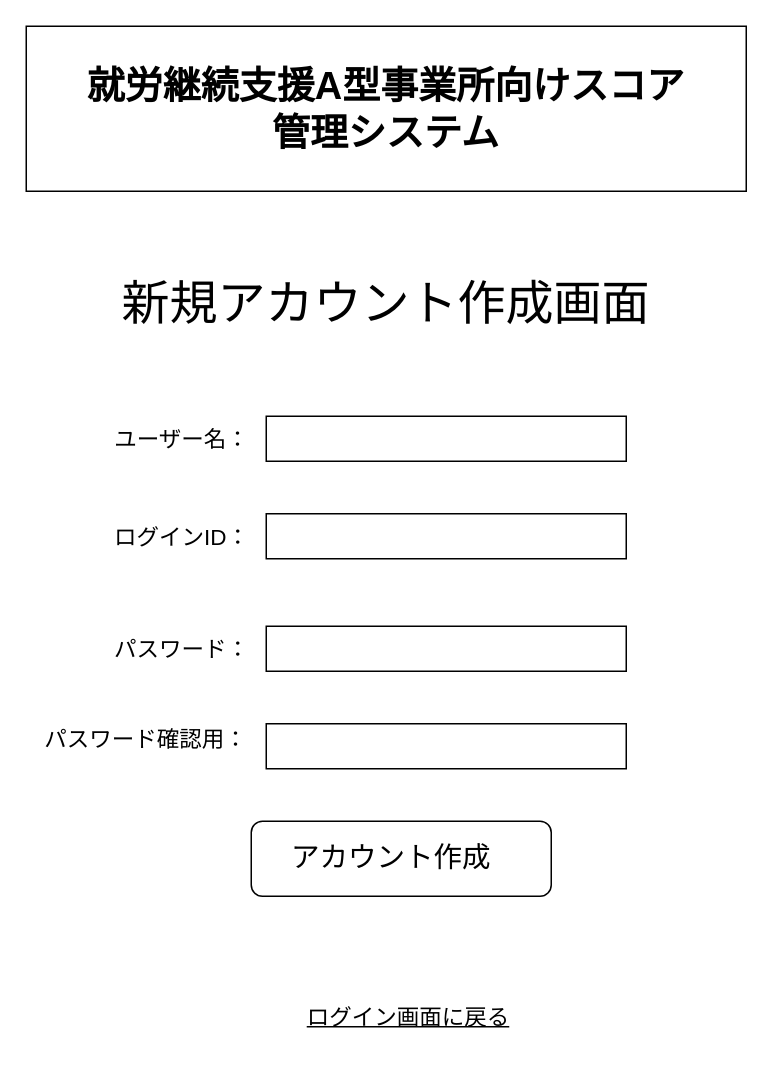
Before: docs/wireframes/sign_up_screen.drawio in knightbook/Employment-Support-Score-Management-System, a draw.io diagram. Source tidied: cells renumbered, new cells numbered last; positions are measured from the earlier drawing's top-left corner, leaving out a move shared by most shapes. Both pictures are drawn from the tidied source at 150%, with x=0, y=0 at pixel (26, 26).
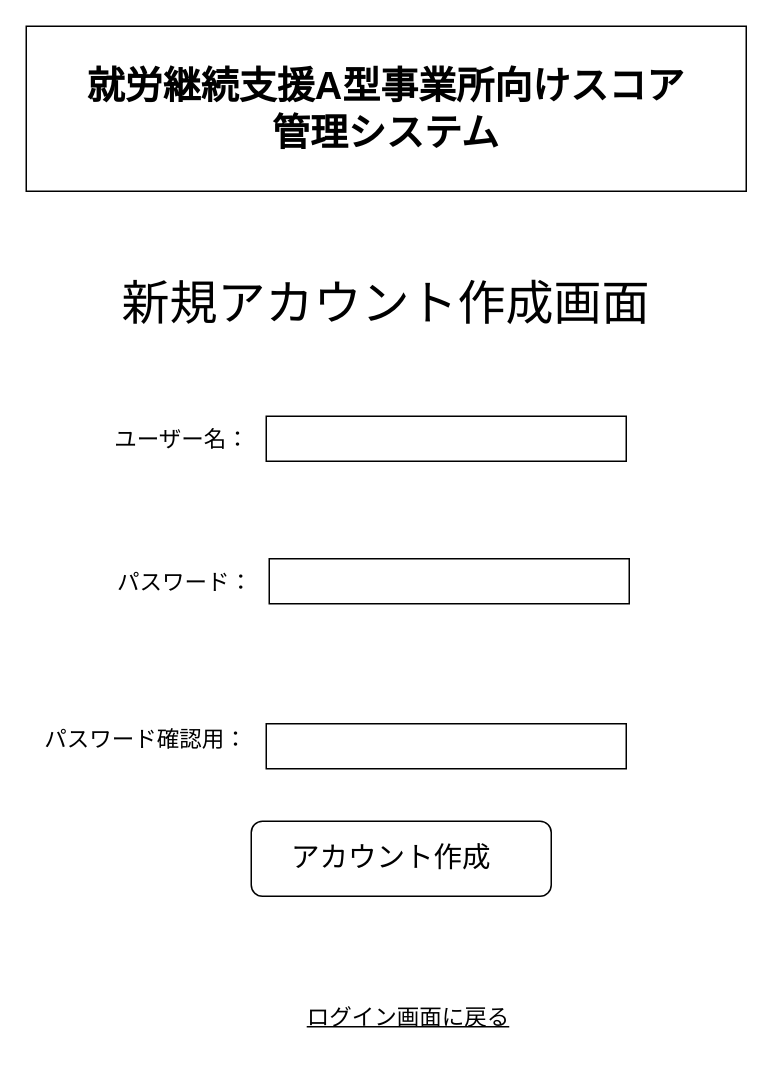
Above is the later version.

What changed in the source:
```diff
@@
 <mxGraphModel>
   <root>
     <mxCell id="0" />
     <mxCell id="1" parent="0" />
     <mxCell id="2" style="group;" parent="1" vertex="1">
       <mxGeometry width="480" height="110" as="geometry" />
     </mxCell>
     <mxCell id="3" style="rounded=0;whiteSpace=wrap;html=1;" parent="2" vertex="1">
       <mxGeometry width="480" height="110" as="geometry" />
     </mxCell>
     <mxCell id="4" value="&lt;span id=&quot;docs-internal-guid-5d944579-7fff-8bed-4f9c-a0fe6fe24ad6&quot;&gt;&lt;span style=&quot;font-size: 19pt; font-family: Arial, sans-serif; color: rgb(0, 0, 0); background-color: transparent; font-weight: 700; font-variant-numeric: normal; font-variant-east-asian: normal; font-variant-alternates: normal; font-variant-position: normal; font-variant-emoji: normal; vertical-align: baseline; white-space-collapse: preserve;&quot;&gt;就労継続支援A型事業所向けスコア管理システム&lt;/span&gt;&lt;/span&gt;" style="text;html=1;align=center;verticalAlign=middle;whiteSpace=wrap;rounded=0;" parent="2" vertex="1">
       <mxGeometry x="30" y="40" width="420" height="30" as="geometry" />
     </mxCell>
     <mxCell id="5" value="新規アカウント作成画面" style="text;html=1;align=center;verticalAlign=middle;whiteSpace=wrap;rounded=0;fontSize=32;" parent="1" vertex="1">
       <mxGeometry x="60" y="170" width="360" height="30" as="geometry" />
     </mxCell>
     <mxCell id="6" value="パスワード確認用：" style="text;html=1;align=center;verticalAlign=middle;whiteSpace=wrap;rounded=0;fontSize=15;" parent="1" vertex="1">
       <mxGeometry y="445" width="160" height="60" as="geometry" />
     </mxCell>
     <mxCell id="7" style="rounded=0;whiteSpace=wrap;html=1;" parent="1" vertex="1">
       <mxGeometry x="160" y="465" width="240" height="30" as="geometry" />
     </mxCell>
-    <mxCell id="8" value="パスワード：" style="text;html=1;align=center;verticalAlign=middle;whiteSpace=wrap;rounded=0;fontSize=15;" parent="1" vertex="1">
-      <mxGeometry x="24" y="385" width="160" height="60" as="geometry" />
-    </mxCell>
-    <mxCell id="9" style="rounded=0;whiteSpace=wrap;html=1;" parent="1" vertex="1">
-      <mxGeometry x="160" y="400" width="240" height="30" as="geometry" />
-    </mxCell>
-    <mxCell id="10" value="ログインID：" style="text;html=1;align=center;verticalAlign=middle;whiteSpace=wrap;rounded=0;fontSize=15;" parent="1" vertex="1">
-      <mxGeometry x="24" y="310" width="160" height="60" as="geometry" />
-    </mxCell>
-    <mxCell id="11" style="rounded=0;whiteSpace=wrap;html=1;" parent="1" vertex="1">
-      <mxGeometry x="160" y="325" width="240" height="30" as="geometry" />
-    </mxCell>
     <mxCell id="12" value="ユーザー名：" style="text;html=1;align=center;verticalAlign=middle;whiteSpace=wrap;rounded=0;fontSize=15;" parent="1" vertex="1">
       <mxGeometry x="24" y="245" width="160" height="60" as="geometry" />
     </mxCell>
     <mxCell id="13" style="rounded=0;whiteSpace=wrap;html=1;" parent="1" vertex="1">
       <mxGeometry x="160" y="260" width="240" height="30" as="geometry" />
     </mxCell>
     <mxCell id="14" style="group;" parent="1" vertex="1">
       <mxGeometry x="150" y="530" width="200" height="50" as="geometry" />
     </mxCell>
     <mxCell id="15" style="rounded=1;whiteSpace=wrap;html=1;" parent="14" vertex="1">
       <mxGeometry width="200" height="50" as="geometry" />
     </mxCell>
     <mxCell id="16" value="アカウント作成" style="text;html=1;align=center;verticalAlign=middle;whiteSpace=wrap;rounded=0;fontSize=19;" parent="14" vertex="1">
       <mxGeometry x="17" y="12.5" width="153" height="25" as="geometry" />
     </mxCell>
     <mxCell id="17" value="ログイン画面に戻る" style="text;html=1;align=center;verticalAlign=middle;whiteSpace=wrap;rounded=0;fontSize=15;fontStyle=4;" parent="1" vertex="1">
       <mxGeometry x="120" y="630" width="270" height="60" as="geometry" />
     </mxCell>
+    <mxCell id="18" style="group;" parent="1" vertex="1">
+      <mxGeometry x="26" y="340" width="376" height="60" as="geometry" />
+    </mxCell>
+    <mxCell id="8" value="パスワード：" style="text;html=1;align=center;verticalAlign=middle;whiteSpace=wrap;rounded=0;fontSize=15;" parent="18" vertex="1">
+      <mxGeometry width="160" height="60" as="geometry" />
+    </mxCell>
+    <mxCell id="9" style="rounded=0;whiteSpace=wrap;html=1;" parent="18" vertex="1">
+      <mxGeometry x="136" y="15" width="240" height="30" as="geometry" />
+    </mxCell>
   </root>
 </mxGraphModel>
```
